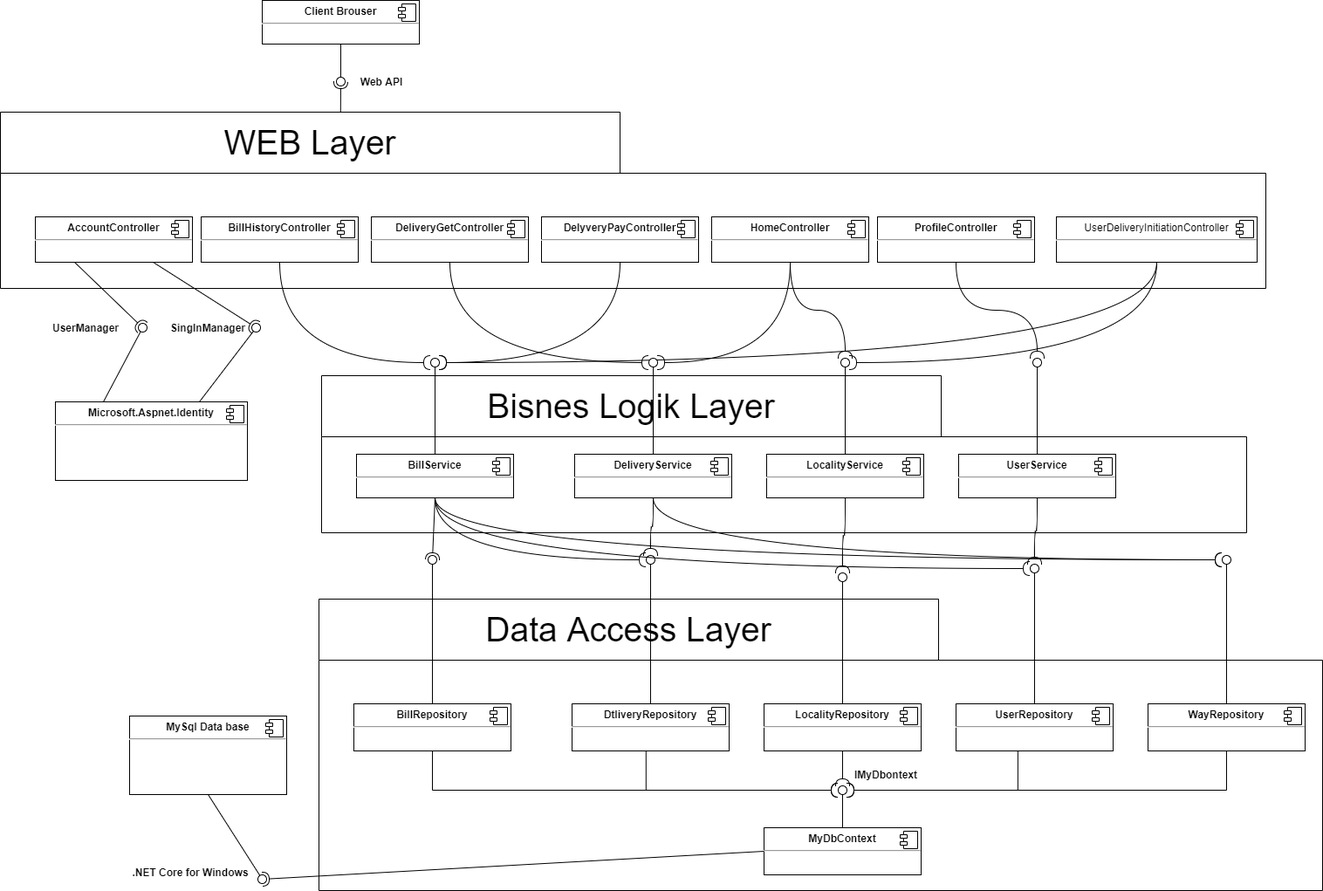
This is lab1/Component Diagram.png from VINIPOOH/delivery_dot_net, a draw.io export, as it was before one commit. Source tidied: cells renumbered, new cells last; positions are measured from the earlier drawing's top-left corner, leaving out a move shared by most shapes.
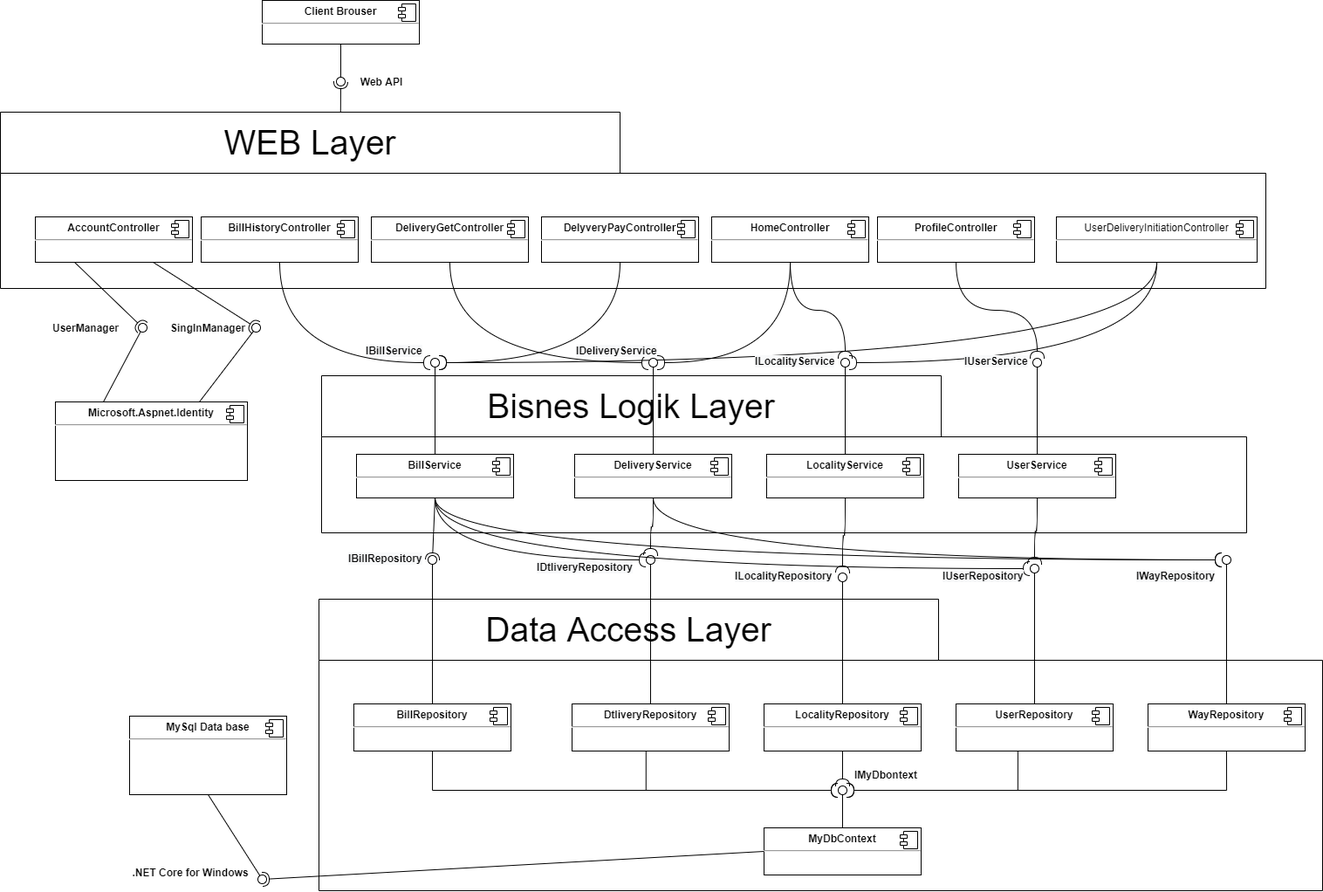
After the change.

What changed in the source:
```diff
@@ -8,7 +8,7 @@
     <mxCell id="3" value="&lt;font style=&quot;font-size: 39px&quot;&gt;Bisnes Logik Layer&lt;/font&gt;" style="text;html=1;strokeColor=none;fillColor=none;align=center;verticalAlign=middle;whiteSpace=wrap;rounded=0;" parent="1" vertex="1">
       <mxGeometry x="368" y="430" width="710" height="70" as="geometry" />
     </mxCell>
-    <mxCell id="4" value="&lt;p style=&quot;margin: 0px ; margin-top: 6px ; text-align: center&quot;&gt;&lt;b&gt;BillService&lt;/b&gt;&lt;/p&gt;&lt;hr&gt;&lt;p style=&quot;margin: 0px ; margin-left: 8px&quot;&gt;&lt;br&gt;&lt;/p&gt;" style="align=left;overflow=fill;html=1;" parent="1" vertex="1">
+    <mxCell id="4" value="&lt;p style=&quot;margin: 0px ; margin-top: 6px ; text-align: center&quot;&gt;&lt;b&gt;BillService&lt;/b&gt;&lt;br&gt;&lt;/p&gt;&lt;hr&gt;&lt;p style=&quot;margin: 0px ; margin-left: 8px&quot;&gt;&lt;br&gt;&lt;/p&gt;" style="align=left;overflow=fill;html=1;" parent="1" vertex="1">
       <mxGeometry x="408" y="520" width="180" height="50" as="geometry" />
     </mxCell>
     <mxCell id="5" style="shape=component;jettyWidth=8;jettyHeight=4;" parent="4" vertex="1">
@@ -348,7 +348,7 @@
         <mxPoint x="-24" y="4" as="offset" />
       </mxGeometry>
     </mxCell>
-    <mxCell id="104" value="&lt;p style=&quot;margin: 0px ; margin-top: 6px ; text-align: center&quot;&gt;&lt;b&gt;WayRepository&lt;/b&gt;&lt;/p&gt;&lt;hr&gt;&lt;p style=&quot;margin: 0px ; margin-left: 8px&quot;&gt;&lt;br&gt;&lt;/p&gt;" style="align=left;overflow=fill;html=1;" parent="1" vertex="1">
+    <mxCell id="104" value="&lt;p style=&quot;margin: 0px ; margin-top: 6px ; text-align: center&quot;&gt;&lt;b&gt;WayRepository&lt;/b&gt;&lt;br&gt;&lt;/p&gt;&lt;hr&gt;&lt;p style=&quot;margin: 0px ; margin-left: 8px&quot;&gt;&lt;br&gt;&lt;/p&gt;" style="align=left;overflow=fill;html=1;" parent="1" vertex="1">
       <mxGeometry x="1315" y="806" width="180" height="54" as="geometry" />
     </mxCell>
     <mxCell id="105" style="shape=component;jettyWidth=8;jettyHeight=4;" parent="104" vertex="1">
@@ -356,5 +356,32 @@
         <mxPoint x="-24" y="4" as="offset" />
       </mxGeometry>
     </mxCell>
+    <mxCell id="106" value="&lt;b style=&quot;color: rgb(0 , 0 , 0) ; font-family: &amp;#34;helvetica&amp;#34; ; font-size: 12px ; font-style: normal ; letter-spacing: normal ; text-align: center ; text-indent: 0px ; text-transform: none ; word-spacing: 0px ; background-color: rgb(248 , 249 , 250)&quot;&gt;IBillRepository&lt;/b&gt;" style="text;whiteSpace=wrap;html=1;fontColor=#000000;" parent="1" vertex="1">
+      <mxGeometry x="397" y="626" width="110" height="30" as="geometry" />
+    </mxCell>
+    <mxCell id="107" value="&lt;b style=&quot;color: rgb(0 , 0 , 0) ; font-family: &amp;#34;helvetica&amp;#34; ; font-size: 12px ; font-style: normal ; letter-spacing: normal ; text-align: center ; text-indent: 0px ; text-transform: none ; word-spacing: 0px ; background-color: rgb(248 , 249 , 250)&quot;&gt;IDtliveryRepository&lt;/b&gt;" style="text;whiteSpace=wrap;html=1;fontColor=#000000;" parent="1" vertex="1">
+      <mxGeometry x="613" y="636" width="130" height="30" as="geometry" />
+    </mxCell>
+    <mxCell id="108" value="&lt;b style=&quot;color: rgb(0 , 0 , 0) ; font-family: &amp;#34;helvetica&amp;#34; ; font-size: 12px ; font-style: normal ; letter-spacing: normal ; text-align: center ; text-indent: 0px ; text-transform: none ; word-spacing: 0px ; background-color: rgb(248 , 249 , 250)&quot;&gt;ILocalityRepository&lt;/b&gt;" style="text;whiteSpace=wrap;html=1;fontColor=#000000;" parent="1" vertex="1">
+      <mxGeometry x="840" y="646" width="130" height="30" as="geometry" />
+    </mxCell>
+    <mxCell id="109" value="&lt;b style=&quot;color: rgb(0 , 0 , 0) ; font-family: &amp;#34;helvetica&amp;#34; ; font-size: 12px ; font-style: normal ; letter-spacing: normal ; text-align: center ; text-indent: 0px ; text-transform: none ; word-spacing: 0px ; background-color: rgb(248 , 249 , 250)&quot;&gt;IUserRepository&lt;/b&gt;" style="text;whiteSpace=wrap;html=1;fontColor=#000000;" parent="1" vertex="1">
+      <mxGeometry x="1078" y="646" width="110" height="30" as="geometry" />
+    </mxCell>
+    <mxCell id="110" value="&lt;b style=&quot;color: rgb(0 , 0 , 0) ; font-family: &amp;#34;helvetica&amp;#34; ; font-size: 12px ; font-style: normal ; letter-spacing: normal ; text-align: center ; text-indent: 0px ; text-transform: none ; word-spacing: 0px ; background-color: rgb(248 , 249 , 250)&quot;&gt;IWayRepository&lt;/b&gt;" style="text;whiteSpace=wrap;html=1;fontColor=#000000;" parent="1" vertex="1">
+      <mxGeometry x="1300" y="646" width="110" height="30" as="geometry" />
+    </mxCell>
+    <mxCell id="111" value="&lt;b style=&quot;color: rgb(0 , 0 , 0) ; font-family: &amp;#34;helvetica&amp;#34; ; font-size: 12px ; font-style: normal ; letter-spacing: normal ; text-align: center ; text-indent: 0px ; text-transform: none ; word-spacing: 0px ; background-color: rgb(248 , 249 , 250)&quot;&gt;IBillService&lt;/b&gt;" style="text;whiteSpace=wrap;html=1;fontColor=#000000;" parent="1" vertex="1">
+      <mxGeometry x="417" y="388" width="90" height="30" as="geometry" />
+    </mxCell>
+    <mxCell id="112" value="&lt;b style=&quot;color: rgb(0 , 0 , 0) ; font-family: &amp;#34;helvetica&amp;#34; ; font-size: 12px ; font-style: normal ; letter-spacing: normal ; text-align: center ; text-indent: 0px ; text-transform: none ; word-spacing: 0px ; background-color: rgb(248 , 249 , 250)&quot;&gt;IDeliveryService&lt;/b&gt;" style="text;whiteSpace=wrap;html=1;fontColor=#000000;" parent="1" vertex="1">
+      <mxGeometry x="658" y="388" width="110" height="30" as="geometry" />
+    </mxCell>
+    <mxCell id="113" value="&lt;b style=&quot;color: rgb(0 , 0 , 0) ; font-family: &amp;#34;helvetica&amp;#34; ; font-size: 12px ; font-style: normal ; letter-spacing: normal ; text-align: center ; text-indent: 0px ; text-transform: none ; word-spacing: 0px ; background-color: rgb(248 , 249 , 250)&quot;&gt;ILocalityService&lt;/b&gt;" style="text;whiteSpace=wrap;html=1;fontColor=#000000;" parent="1" vertex="1">
+      <mxGeometry x="863" y="400" width="110" height="30" as="geometry" />
+    </mxCell>
+    <mxCell id="114" value="&lt;b style=&quot;color: rgb(0 , 0 , 0) ; font-family: &amp;#34;helvetica&amp;#34; ; font-size: 12px ; font-style: normal ; letter-spacing: normal ; text-align: center ; text-indent: 0px ; text-transform: none ; word-spacing: 0px ; background-color: rgb(248 , 249 , 250)&quot;&gt;IUserService&lt;/b&gt;" style="text;whiteSpace=wrap;html=1;fontColor=#000000;" parent="1" vertex="1">
+      <mxGeometry x="1103" y="400" width="90" height="30" as="geometry" />
+    </mxCell>
   </root>
 </mxGraphModel>
```
